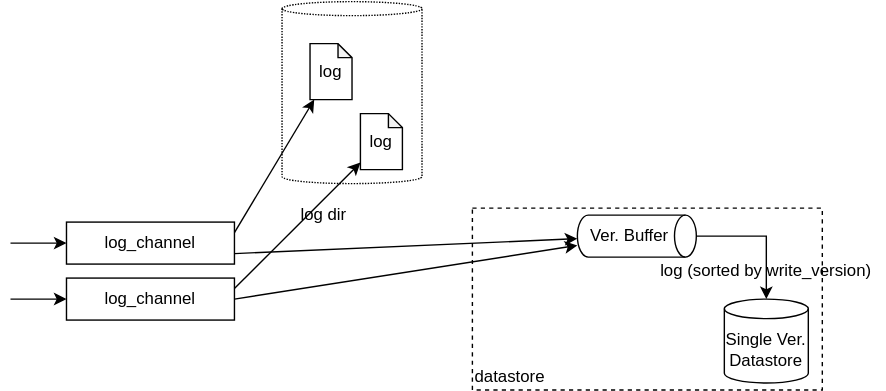
The draw.io diagram docs/sync-process-push.drawio.svg in project-tsurugi/limestone, before a commit. Source tidied: cells renumbered, new cells last; positions are measured from the earlier drawing's top-left corner, leaving out a move shared by most shapes. The source it was exported from:
```xml
<mxGraphModel>
  <root>
    <mxCell id="0" />
    <mxCell id="1" parent="0" />
    <mxCell id="2" style="shape=cylinder3;whiteSpace=wrap;html=1;boundedLbl=1;backgroundOutline=1;size=5;dashed=1;strokeWidth=1;dashPattern=1 1;" parent="1" vertex="1">
      <mxGeometry x="194" y="0.5" width="100" height="130" as="geometry" />
    </mxCell>
    <mxCell id="3" value="log" style="shape=note;whiteSpace=wrap;html=1;backgroundOutline=1;darkOpacity=0.05;strokeWidth=1;size=10;" parent="1" vertex="1">
      <mxGeometry x="214" y="30.5" width="30" height="40" as="geometry" />
    </mxCell>
    <mxCell id="4" value="log" style="shape=note;whiteSpace=wrap;html=1;backgroundOutline=1;darkOpacity=0.05;strokeWidth=1;size=10;" parent="1" vertex="1">
      <mxGeometry x="250" y="80.5" width="30" height="40" as="geometry" />
    </mxCell>
    <mxCell id="5" value="datastore" style="rounded=0;whiteSpace=wrap;html=1;strokeWidth=1;dashed=1;verticalAlign=bottom;align=left;" parent="1" vertex="1">
      <mxGeometry x="330" y="148" width="250" height="130" as="geometry" />
    </mxCell>
    <mxCell id="6" style="endArrow=classic;html=1;rounded=0;strokeWidth=1;exitX=1;exitY=0.75;exitDx=0;exitDy=0;" parent="1" edge="1" source="12" target="10">
      <mxGeometry relative="1" as="geometry" />
    </mxCell>
    <mxCell id="7" value="Single Ver.&lt;br&gt;Datastore" style="shape=cylinder3;whiteSpace=wrap;html=1;boundedLbl=1;backgroundOutline=1;size=7;strokeWidth=1;" parent="1" vertex="1">
      <mxGeometry x="510" y="213" width="60" height="60" as="geometry" />
    </mxCell>
    <mxCell id="8" value="log (sorted by write_version)" style="text;html=1;strokeColor=none;fillColor=none;align=center;verticalAlign=middle;whiteSpace=wrap;rounded=0;" parent="1" vertex="1">
      <mxGeometry x="455" y="180.5" width="170" height="25" as="geometry" />
    </mxCell>
    <mxCell id="9" style="edgeStyle=orthogonalEdgeStyle;rounded=0;jettySize=auto;html=1;" parent="1" edge="1" source="10" target="7">
      <mxGeometry relative="1" as="geometry">
        <Array as="points">
          <mxPoint x="540" y="168" />
        </Array>
      </mxGeometry>
    </mxCell>
    <mxCell id="10" value="Ver. Buffer&amp;nbsp; &amp;nbsp;" style="strokeWidth=1;html=1;shape=mxgraph.flowchart.direct_data;whiteSpace=wrap;align=center;" parent="1" vertex="1">
      <mxGeometry x="405" y="153" width="85" height="30" as="geometry" />
    </mxCell>
    <mxCell id="11" value="log dir" style="text;html=1;strokeColor=none;fillColor=none;align=center;verticalAlign=middle;whiteSpace=wrap;rounded=0;strokeWidth=1;" parent="1" vertex="1">
      <mxGeometry x="194" y="138" width="60" height="30" as="geometry" />
    </mxCell>
    <mxCell id="12" value="log_channel" style="rounded=0;whiteSpace=wrap;html=1;" parent="1" vertex="1">
      <mxGeometry x="40" y="158" width="120" height="30" as="geometry" />
    </mxCell>
    <mxCell id="13" style="endArrow=classic;html=1;rounded=0;strokeWidth=1;exitX=1;exitY=0.25;exitDx=0;exitDy=0;" parent="1" edge="1" source="12" target="3">
      <mxGeometry relative="1" as="geometry" />
    </mxCell>
    <mxCell id="14" value="log_channel" style="rounded=0;whiteSpace=wrap;html=1;" parent="1" vertex="1">
      <mxGeometry x="40" y="198" width="120" height="30" as="geometry" />
    </mxCell>
    <mxCell id="15" style="endArrow=classic;html=1;rounded=0;strokeWidth=1;exitX=1;exitY=0.5;exitDx=0;exitDy=0;" parent="1" edge="1" source="14" target="10">
      <mxGeometry relative="1" as="geometry" />
    </mxCell>
    <mxCell id="16" style="endArrow=classic;html=1;rounded=0;strokeWidth=1;exitX=1;exitY=0.25;exitDx=0;exitDy=0;" parent="1" edge="1" source="14" target="4">
      <mxGeometry relative="1" as="geometry" />
    </mxCell>
    <mxCell id="17" style="endArrow=classic;html=1;rounded=0;strokeWidth=1;entryX=0;entryY=0.5;entryDx=0;entryDy=0;" parent="1" edge="1" target="14">
      <mxGeometry relative="1" as="geometry">
        <mxPoint y="213" as="sourcePoint" />
      </mxGeometry>
    </mxCell>
    <mxCell id="18" style="endArrow=classic;html=1;rounded=0;strokeWidth=1;entryX=0;entryY=0.5;entryDx=0;entryDy=0;" parent="1" edge="1" target="12">
      <mxGeometry relative="1" as="geometry">
        <mxPoint y="173" as="sourcePoint" />
      </mxGeometry>
    </mxCell>
  </root>
</mxGraphModel>
```
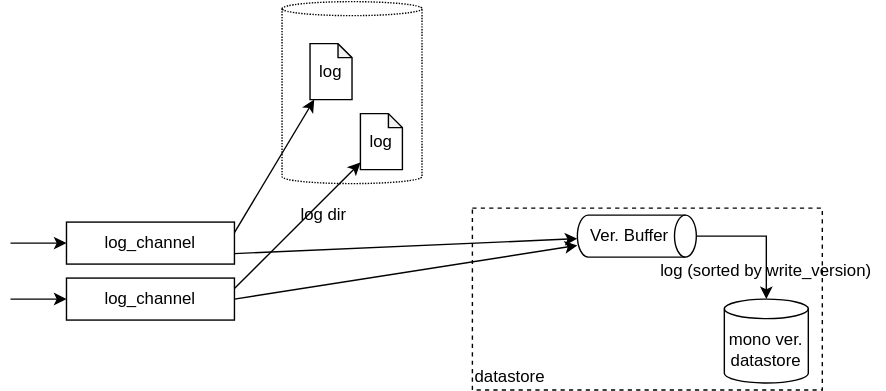
The same diagram one commit later.

Diff of the diagram source:
```diff
@@ -17,7 +17,7 @@
     <mxCell id="6" style="endArrow=classic;html=1;rounded=0;strokeWidth=1;exitX=1;exitY=0.75;exitDx=0;exitDy=0;" parent="1" edge="1" source="12" target="10">
       <mxGeometry relative="1" as="geometry" />
     </mxCell>
-    <mxCell id="7" value="Single Ver.&lt;br&gt;Datastore" style="shape=cylinder3;whiteSpace=wrap;html=1;boundedLbl=1;backgroundOutline=1;size=7;strokeWidth=1;" parent="1" vertex="1">
+    <mxCell id="7" value="mono ver.&lt;br&gt;datastore" style="shape=cylinder3;whiteSpace=wrap;html=1;boundedLbl=1;backgroundOutline=1;size=7;strokeWidth=1;" parent="1" vertex="1">
       <mxGeometry x="510" y="213" width="60" height="60" as="geometry" />
     </mxCell>
     <mxCell id="8" value="log (sorted by write_version)" style="text;html=1;strokeColor=none;fillColor=none;align=center;verticalAlign=middle;whiteSpace=wrap;rounded=0;" parent="1" vertex="1">
```
